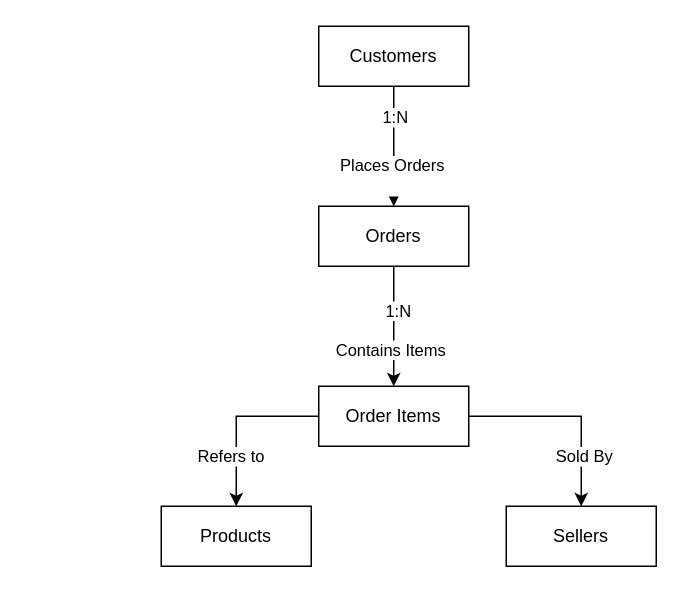
Earlier version of the draw.io diagram docs/diagrams/conceptual-erd.drawio (neeleshksingh/Ecommerce-Sales-Analytics). Source tidied: cells renumbered, new cells numbered last; positions are measured from the earlier drawing's top-left corner, leaving out a move shared by most shapes. Both pictures are drawn from the tidied source at 150%, with x=0, y=0 at pixel (160, 26).
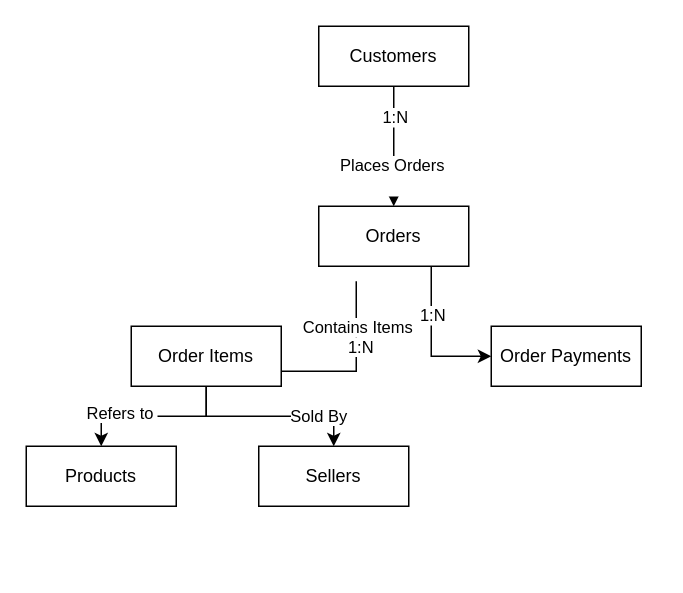
After the change.

Commit message (it also covers changes not shown here):
Add Order Payments to ERD documentation

Unchanged cells that the change refers to:
```xml
<mxCell id="9" value="Orders" style="whiteSpace=wrap;html=1;align=center;" parent="1" vertex="1">
  <mxGeometry x="105" y="120" width="100" height="40" as="geometry" />
</mxCell>
```

What changed in the source:
```diff
@@
-    <mxCell id="6" style="edgeStyle=orthogonalEdgeStyle;rounded=0;jettySize=auto;html=1;" parent="1" edge="1" source="9" target="14">
-      <mxGeometry relative="1" as="geometry" />
+    <mxCell id="6" style="edgeStyle=orthogonalEdgeStyle;rounded=0;orthogonalLoop=1;jettySize=auto;html=1;" parent="1" edge="1">
+      <mxGeometry relative="1" as="geometry">
+        <mxPoint x="130" y="170" as="sourcePoint" />
+        <mxPoint x="70" y="230" as="targetPoint" />
+        <Array as="points">
+          <mxPoint x="130" y="230" />
+        </Array>
+      </mxGeometry>
     </mxCell>
@@
     <mxCell id="8" value="Contains Items" style="edgeLabel;html=1;align=center;verticalAlign=middle;" parent="6" vertex="1">
-      <mxGeometry x="0.38" y="-3" relative="1" as="geometry" />
+      <mxGeometry x="0.38" y="-3" relative="1" as="geometry">
+        <mxPoint x="23" y="-27" as="offset" />
+      </mxGeometry>
     </mxCell>
+    <mxCell id="17" style="edgeStyle=orthogonalEdgeStyle;rounded=0;jettySize=auto;html=1;exitX=0.75;exitY=1;exitDx=0;exitDy=0;entryX=0;entryY=0.5;entryDx=0;entryDy=0;" parent="1" edge="1" source="9" target="19">
+      <mxGeometry relative="1" as="geometry" />
+    </mxCell>
+    <mxCell id="18" value="1:N" style="edgeLabel;html=1;align=center;verticalAlign=middle;" parent="17" vertex="1">
+      <mxGeometry x="-0.37" relative="1" as="geometry" />
+    </mxCell>
@@
     <mxCell id="14" value="Order Items" style="whiteSpace=wrap;html=1;align=center;" parent="1" vertex="1">
-      <mxGeometry x="105" y="240" width="100" height="40" as="geometry" />
+      <mxGeometry x="-20" y="200" width="100" height="40" as="geometry" />
     </mxCell>
     <mxCell id="15" value="Products" style="whiteSpace=wrap;html=1;align=center;" parent="1" vertex="1">
-      <mxGeometry y="320" width="100" height="40" as="geometry" />
+      <mxGeometry x="-90" y="280" width="100" height="40" as="geometry" />
     </mxCell>
     <mxCell id="16" value="Sellers" style="whiteSpace=wrap;html=1;align=center;" parent="1" vertex="1">
-      <mxGeometry x="230" y="320" width="100" height="40" as="geometry" />
+      <mxGeometry x="65" y="280" width="100" height="40" as="geometry" />
     </mxCell>
+    <mxCell id="19" value="Order Payments" style="whiteSpace=wrap;html=1;align=center;" parent="1" vertex="1">
+      <mxGeometry x="220" y="200" width="100" height="40" as="geometry" />
+    </mxCell>
```
